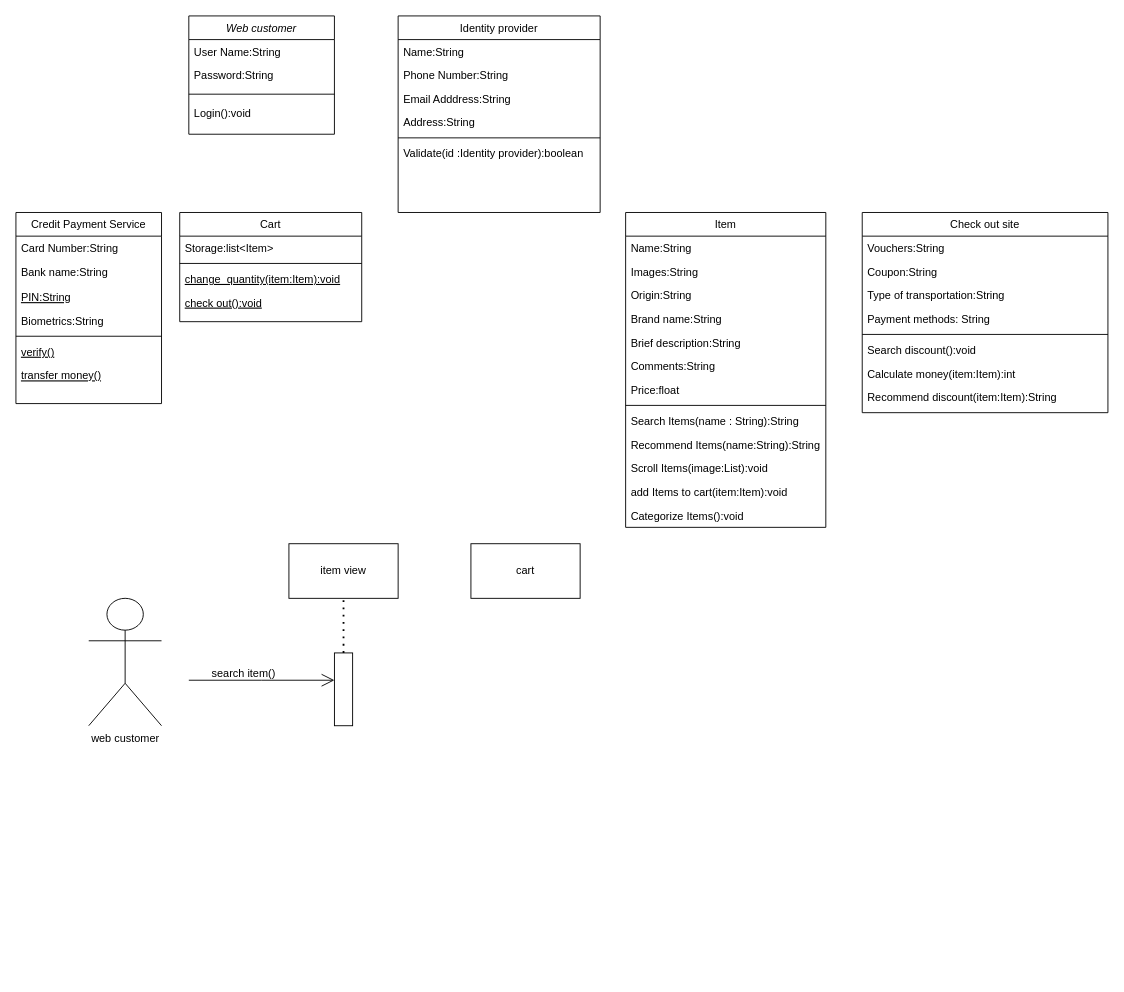
Above: tu-dien/Biểu đồ không có tiêu đề.drawio in 22022658NguyenTienKhoi/dict (draw.io), before the change. Source tidied: cells renumbered, new cells numbered last; positions are measured from the earlier drawing's top-left corner, leaving out a move shared by most shapes. Both pictures are drawn from the tidied source at 91%, with x=0, y=0 at pixel (15, 15).
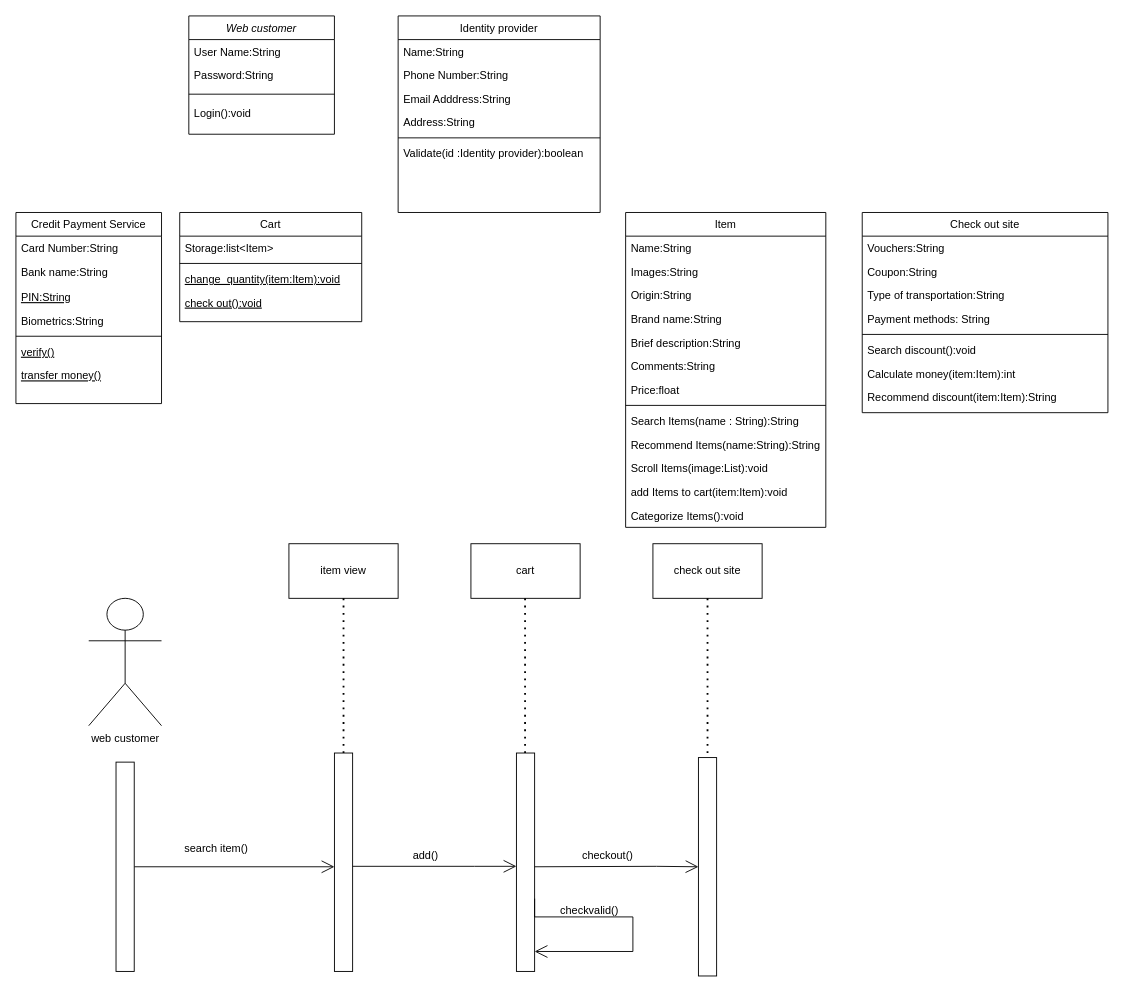
Above is the later version.

The edit, as a diff of the source:
```diff
@@
     <mxCell id="51" style="html=1;points=[[0,0,0,0,5],[0,1,0,0,-5],[1,0,0,0,5],[1,1,0,0,-5]];perimeter=orthogonalPerimeter;outlineConnect=0;targetShapes=umlLifeline;portConstraint=eastwest;newEdgeStyle={&quot;curved&quot;:0,&quot;rounded&quot;:0};" parent="1" vertex="1">
-      <mxGeometry x="350" y="700" width="20" height="80" as="geometry" />
+      <mxGeometry x="350" y="810" width="20" height="240" as="geometry" />
     </mxCell>
-    <mxCell id="52" style="endArrow=open;endFill=1;endSize=12;html=1;rounded=0;" parent="1" edge="1">
-      <mxGeometry relative="1" as="geometry">
-        <mxPoint x="190" y="730" as="sourcePoint" />
-        <mxPoint x="350" y="730" as="targetPoint" />
-        <Array as="points">
-          <mxPoint x="270" y="730" />
-        </Array>
-      </mxGeometry>
+    <mxCell id="52" style="endArrow=open;endFill=1;endSize=12;html=1;rounded=0;" parent="1" edge="1" source="57" target="51">
+      <mxGeometry relative="1" as="geometry" />
     </mxCell>
@@
     <mxCell id="55" value="search item()" style="text;html=1;align=center;verticalAlign=middle;strokeColor=none;fillColor=none;" parent="1" vertex="1">
-      <mxGeometry x="205" y="708" width="90" height="30" as="geometry" />
+      <mxGeometry x="175" y="900" width="90" height="30" as="geometry" />
     </mxCell>
@@
+    <mxCell id="57" style="html=1;points=[[0,0,0,0,5],[0,1,0,0,-5],[1,0,0,0,5],[1,1,0,0,-5]];perimeter=orthogonalPerimeter;outlineConnect=0;targetShapes=umlLifeline;portConstraint=eastwest;newEdgeStyle={&quot;curved&quot;:0,&quot;rounded&quot;:0};" parent="1" vertex="1">
+      <mxGeometry x="110" y="820" width="20" height="230" as="geometry" />
+    </mxCell>
+    <mxCell id="58" style="html=1;points=[[0,0,0,0,5],[0,1,0,0,-5],[1,0,0,0,5],[1,1,0,0,-5]];perimeter=orthogonalPerimeter;outlineConnect=0;targetShapes=umlLifeline;portConstraint=eastwest;newEdgeStyle={&quot;curved&quot;:0,&quot;rounded&quot;:0};" parent="1" vertex="1">
+      <mxGeometry x="550" y="810" width="20" height="240" as="geometry" />
+    </mxCell>
+    <mxCell id="59" style="endArrow=open;endFill=1;endSize=12;html=1;rounded=0;" parent="1" edge="1" source="51" target="58">
+      <mxGeometry relative="1" as="geometry">
+        <Array as="points">
+          <mxPoint x="504" y="934.5" />
+        </Array>
+      </mxGeometry>
+    </mxCell>
+    <mxCell id="60" value="add()" style="text;html=1;align=center;verticalAlign=middle;strokeColor=none;fillColor=none;" parent="1" vertex="1">
+      <mxGeometry x="425" y="908" width="50" height="30" as="geometry" />
+    </mxCell>
+    <mxCell id="61" style="endArrow=none;dashed=1;html=1;dashPattern=1 3;strokeWidth=2;rounded=0;" parent="1" edge="1">
+      <mxGeometry relative="1" as="geometry">
+        <mxPoint x="559.5" y="810" as="sourcePoint" />
+        <mxPoint x="559.5" y="640" as="targetPoint" />
+      </mxGeometry>
+    </mxCell>
+    <mxCell id="62" value="check out site" style="rounded=0;whiteSpace=wrap;html=1;" parent="1" vertex="1">
+      <mxGeometry x="700" y="580" width="120" height="60" as="geometry" />
+    </mxCell>
+    <mxCell id="63" style="html=1;perimeter=orthogonalPerimeter;targetShapes=umlLifeline;newEdgeStyle={&quot;curved&quot;:0,&quot;rounded&quot;:0};" parent="1" vertex="1">
+      <mxGeometry x="750" y="815" width="20" height="240" as="geometry" />
+    </mxCell>
+    <mxCell id="64" style="endArrow=open;endFill=1;endSize=12;html=1;rounded=0;" parent="1" edge="1">
+      <mxGeometry relative="1" as="geometry">
+        <mxPoint x="570" y="935" as="sourcePoint" />
+        <mxPoint x="750" y="935" as="targetPoint" />
+        <Array as="points">
+          <mxPoint x="704" y="934.5" />
+        </Array>
+      </mxGeometry>
+    </mxCell>
+    <mxCell id="65" value="checkout()" style="text;html=1;align=center;verticalAlign=middle;strokeColor=none;fillColor=none;" parent="1" vertex="1">
+      <mxGeometry x="610" y="908" width="80" height="30" as="geometry" />
+    </mxCell>
+    <mxCell id="66" style="endArrow=open;endFill=1;endSize=12;html=1;rounded=0;entryX=1.1;entryY=0.95;entryDx=0;entryDy=0;entryPerimeter=0;exitX=1.1;exitY=0.708;exitDx=0;exitDy=0;exitPerimeter=0;edgeStyle=orthogonalEdgeStyle;" parent="1" edge="1">
+      <mxGeometry relative="1" as="geometry">
+        <mxPoint x="570" y="970" as="sourcePoint" />
+        <mxPoint x="570" y="1028.1" as="targetPoint" />
+        <Array as="points">
+          <mxPoint x="678" y="990.1" />
+        </Array>
+      </mxGeometry>
+    </mxCell>
+    <mxCell id="67" value="checkvalid()" style="text;html=1;align=center;verticalAlign=middle;strokeColor=none;fillColor=none;" parent="1" vertex="1">
+      <mxGeometry x="585" y="968" width="90" height="30" as="geometry" />
+    </mxCell>
+    <mxCell id="68" style="endArrow=none;dashed=1;html=1;dashPattern=1 3;strokeWidth=2;rounded=0;entryX=0.5;entryY=1;entryDx=0;entryDy=0;" parent="1" edge="1" target="62">
+      <mxGeometry relative="1" as="geometry">
+        <mxPoint x="760" y="810" as="sourcePoint" />
+      </mxGeometry>
+    </mxCell>
```
